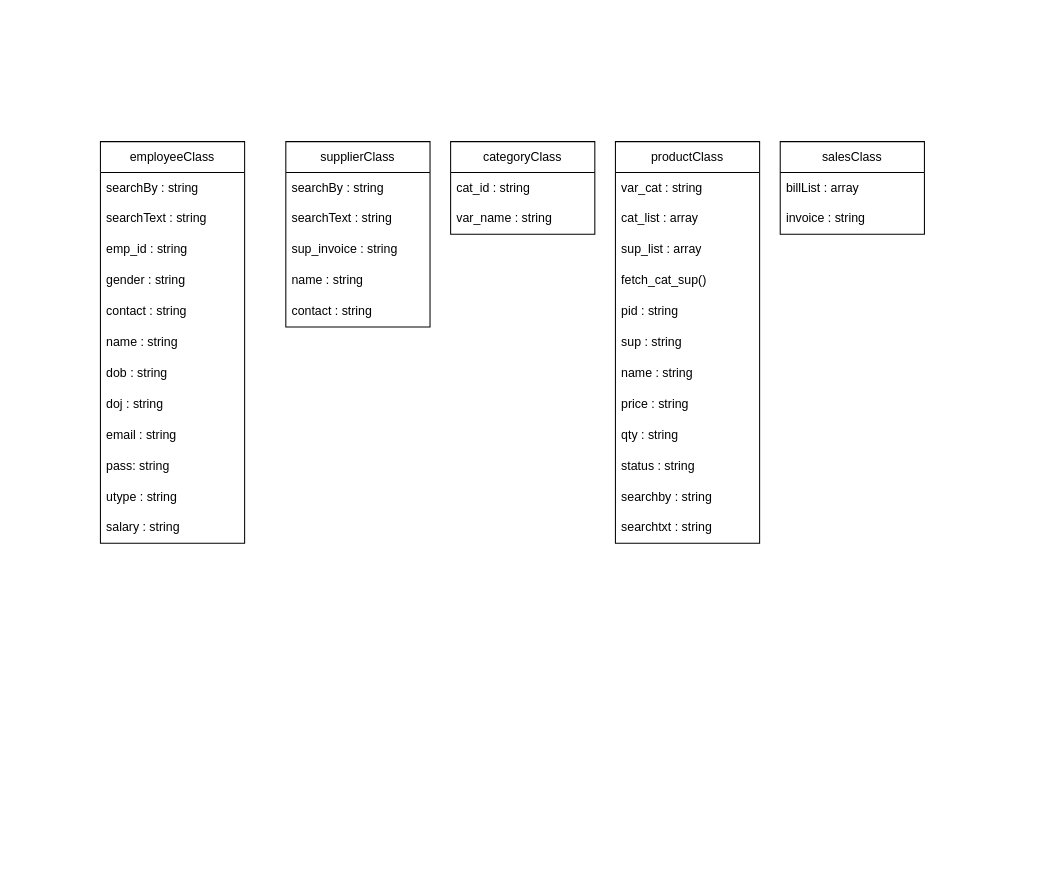
Before: page "project class diagram" (5 of 5) of classDiagram.drawio in OskarSan/MaintenanceProject, a draw.io diagram. Source tidied: cells renumbered, new cells numbered last; positions are measured from the earlier drawing's top-left corner, leaving out a move shared by most shapes. Both pictures are drawn from the tidied source at 103%, with x=0, y=0 at pixel (100, 141).
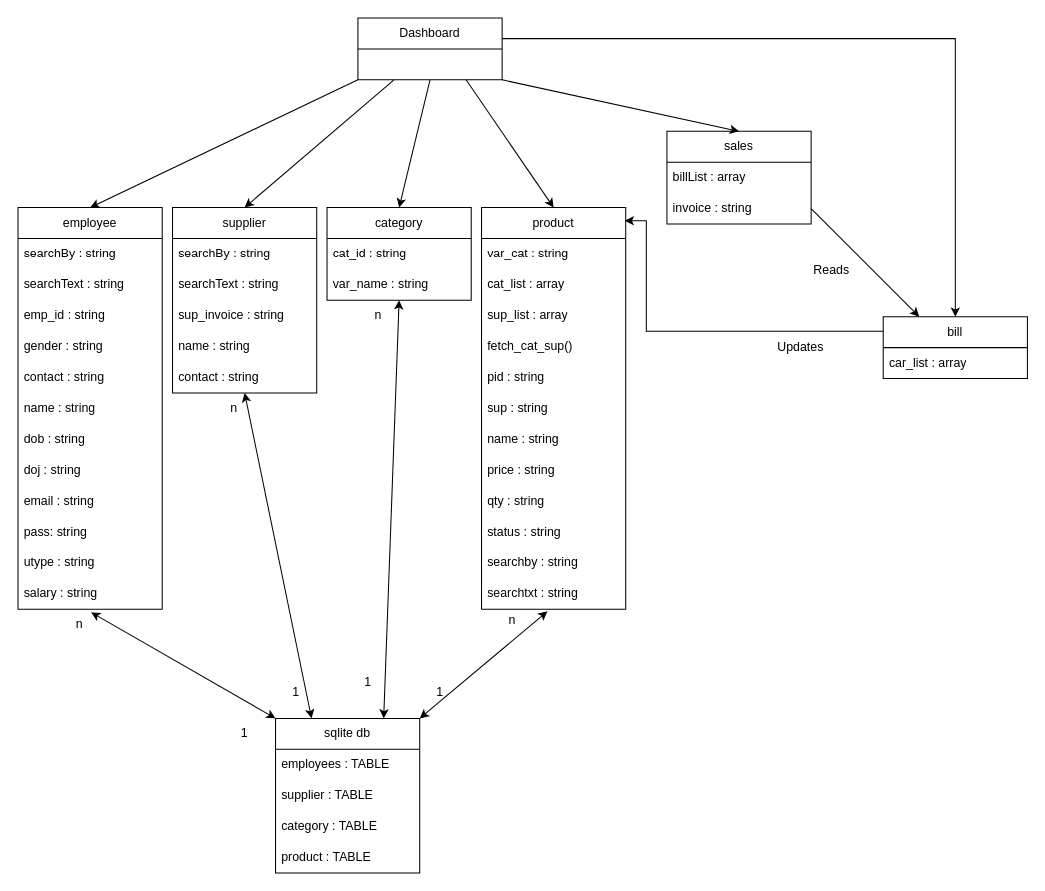
After the change.

Unchanged cells that the change refers to:
```xml
<mxCell id="14" value="salary : string" style="text;strokeColor=none;fillColor=none;align=left;verticalAlign=middle;spacingLeft=4;spacingRight=4;overflow=hidden;points=[[0,0.5],[1,0.5]];portConstraint=eastwest;whiteSpace=wrap;html=1;" parent="2" vertex="1">
  <mxGeometry y="360" width="140" height="30" as="geometry" />
</mxCell>
<mxCell id="36" value="searchtxt : string" style="text;strokeColor=none;fillColor=none;align=left;verticalAlign=middle;spacingLeft=4;spacingRight=4;overflow=hidden;points=[[0,0.5],[1,0.5]];portConstraint=eastwest;whiteSpace=wrap;html=1;" parent="24" vertex="1">
  <mxGeometry y="360" width="140" height="30" as="geometry" />
</mxCell>
<mxCell id="39" value="invoice : string" style="text;strokeColor=none;fillColor=none;align=left;verticalAlign=middle;spacingLeft=4;spacingRight=4;overflow=hidden;points=[[0,0.5],[1,0.5]];portConstraint=eastwest;whiteSpace=wrap;html=1;" parent="37" vertex="1">
  <mxGeometry y="60" width="140" height="30" as="geometry" />
</mxCell>
```

The edit, as a diff of the source:
```diff
@@
-    <mxCell id="2" value="&lt;div&gt;employeeClass&lt;/div&gt;" style="swimlane;fontStyle=0;horizontal=1;startSize=30;whiteSpace=wrap;html=1;" parent="1" vertex="1">
-      <mxGeometry width="140" height="390" as="geometry" />
+    <mxCell id="2" value="&lt;div&gt;employee&lt;/div&gt;" style="swimlane;fontStyle=0;horizontal=1;startSize=30;whiteSpace=wrap;html=1;" parent="1" vertex="1">
+      <mxGeometry x="-80" y="64" width="140" height="390" as="geometry" />
     </mxCell>
@@
-    <mxCell id="15" value="&lt;div&gt;supplierClass&lt;/div&gt;" style="swimlane;fontStyle=0;horizontal=1;startSize=30;whiteSpace=wrap;html=1;" parent="1" vertex="1">
-      <mxGeometry x="180" width="140" height="180" as="geometry" />
+    <mxCell id="15" value="&lt;div&gt;supplier&lt;/div&gt;" style="swimlane;fontStyle=0;horizontal=1;startSize=30;whiteSpace=wrap;html=1;" parent="1" vertex="1">
+      <mxGeometry x="70" y="64" width="140" height="180" as="geometry" />
     </mxCell>
@@
-    <mxCell id="21" value="&lt;div&gt;categoryClass&lt;/div&gt;" style="swimlane;fontStyle=0;horizontal=1;startSize=30;whiteSpace=wrap;html=1;" parent="1" vertex="1">
-      <mxGeometry x="340" width="140" height="90" as="geometry" />
+    <mxCell id="21" value="&lt;div&gt;category&lt;/div&gt;" style="swimlane;fontStyle=0;horizontal=1;startSize=30;whiteSpace=wrap;html=1;" parent="1" vertex="1">
+      <mxGeometry x="220" y="64" width="140" height="90" as="geometry" />
     </mxCell>
@@
-    <mxCell id="24" value="productClass" style="swimlane;fontStyle=0;horizontal=1;startSize=30;whiteSpace=wrap;html=1;" parent="1" vertex="1">
-      <mxGeometry x="500" width="140" height="390" as="geometry" />
+    <mxCell id="24" value="&lt;div&gt;product&lt;/div&gt;" style="swimlane;fontStyle=0;horizontal=1;startSize=30;whiteSpace=wrap;html=1;" parent="1" vertex="1">
+      <mxGeometry x="370" y="64" width="140" height="390" as="geometry" />
     </mxCell>
@@
-    <mxCell id="37" value="salesClass" style="swimlane;fontStyle=0;horizontal=1;startSize=30;whiteSpace=wrap;html=1;" parent="1" vertex="1">
-      <mxGeometry x="660" width="140" height="90" as="geometry" />
+    <mxCell id="37" value="&lt;div&gt;sales&lt;/div&gt;" style="swimlane;fontStyle=0;horizontal=1;startSize=30;whiteSpace=wrap;html=1;" parent="1" vertex="1">
+      <mxGeometry x="550" y="-10" width="140" height="90" as="geometry" />
     </mxCell>
@@
+    <mxCell id="40" style="edgeStyle=orthogonalEdgeStyle;rounded=0;jettySize=auto;html=1;entryX=0.5;entryY=0;entryDx=0;entryDy=0;" parent="1" edge="1" source="41" target="65">
+      <mxGeometry relative="1" as="geometry">
+        <Array as="points">
+          <mxPoint x="830" y="-100" />
+        </Array>
+      </mxGeometry>
+    </mxCell>
+    <mxCell id="41" value="&lt;div&gt;Dashboard&lt;/div&gt;" style="swimlane;fontStyle=0;horizontal=1;startSize=30;whiteSpace=wrap;html=1;" parent="1" vertex="1">
+      <mxGeometry x="250" y="-120" width="140" height="60" as="geometry" />
+    </mxCell>
+    <mxCell id="42" style="endArrow=classic;html=1;rounded=0;entryX=0.5;entryY=0;entryDx=0;entryDy=0;" parent="41" edge="1" target="2">
+      <mxGeometry relative="1" as="geometry">
+        <mxPoint y="60" as="sourcePoint" />
+      </mxGeometry>
+    </mxCell>
+    <mxCell id="43" style="endArrow=classic;html=1;rounded=0;entryX=0.5;entryY=0;entryDx=0;entryDy=0;exitX=0.25;exitY=1;exitDx=0;exitDy=0;" parent="1" edge="1" source="41" target="15">
+      <mxGeometry relative="1" as="geometry" />
+    </mxCell>
+    <mxCell id="44" style="endArrow=classic;html=1;rounded=0;entryX=0.5;entryY=0;entryDx=0;entryDy=0;exitX=0.5;exitY=1;exitDx=0;exitDy=0;" parent="1" edge="1" source="41" target="21">
+      <mxGeometry relative="1" as="geometry" />
+    </mxCell>
+    <mxCell id="45" style="endArrow=classic;html=1;rounded=0;entryX=0.5;entryY=0;entryDx=0;entryDy=0;exitX=0.75;exitY=1;exitDx=0;exitDy=0;" parent="1" edge="1" source="41" target="24">
+      <mxGeometry relative="1" as="geometry" />
+    </mxCell>
+    <mxCell id="46" style="endArrow=classic;html=1;rounded=0;entryX=0.5;entryY=0;entryDx=0;entryDy=0;exitX=1;exitY=1;exitDx=0;exitDy=0;" parent="1" edge="1" source="41" target="37">
+      <mxGeometry relative="1" as="geometry" />
+    </mxCell>
+    <mxCell id="47" value="&lt;div&gt;sqlite db&lt;/div&gt;" style="swimlane;fontStyle=0;horizontal=1;startSize=30;whiteSpace=wrap;html=1;" parent="1" vertex="1">
+      <mxGeometry x="170" y="560" width="140" height="150" as="geometry" />
+    </mxCell>
+    <mxCell id="48" value="&lt;div&gt;employees : TABLE&lt;/div&gt;" style="text;strokeColor=none;fillColor=none;align=left;verticalAlign=middle;spacingLeft=4;spacingRight=4;overflow=hidden;whiteSpace=wrap;html=1;" parent="47" vertex="1">
+      <mxGeometry y="30" width="140" height="30" as="geometry" />
+    </mxCell>
+    <mxCell id="49" value="&lt;div&gt;supplier : TABLE&lt;/div&gt;" style="text;strokeColor=none;fillColor=none;align=left;verticalAlign=middle;spacingLeft=4;spacingRight=4;overflow=hidden;whiteSpace=wrap;html=1;" parent="47" vertex="1">
+      <mxGeometry y="60" width="140" height="30" as="geometry" />
+    </mxCell>
+    <mxCell id="50" value="&lt;div&gt;category : TABLE&lt;/div&gt;" style="text;strokeColor=none;fillColor=none;align=left;verticalAlign=middle;spacingLeft=4;spacingRight=4;overflow=hidden;whiteSpace=wrap;html=1;" parent="47" vertex="1">
+      <mxGeometry y="90" width="140" height="30" as="geometry" />
+    </mxCell>
+    <mxCell id="51" value="&lt;div&gt;product : TABLE&lt;/div&gt;" style="text;strokeColor=none;fillColor=none;align=left;verticalAlign=middle;spacingLeft=4;spacingRight=4;overflow=hidden;whiteSpace=wrap;html=1;" parent="47" vertex="1">
+      <mxGeometry y="120" width="140" height="30" as="geometry" />
+    </mxCell>
+    <mxCell id="52" style="endArrow=classic;startArrow=classic;html=1;rounded=0;entryX=0.507;entryY=1.1;entryDx=0;entryDy=0;entryPerimeter=0;exitX=0;exitY=0;exitDx=0;exitDy=0;" parent="1" edge="1" source="47" target="14">
+      <mxGeometry relative="1" as="geometry" />
+    </mxCell>
+    <mxCell id="53" style="endArrow=classic;startArrow=classic;html=1;rounded=0;entryX=0.5;entryY=1;entryDx=0;entryDy=0;exitX=0.25;exitY=0;exitDx=0;exitDy=0;" parent="1" edge="1" source="47" target="15">
+      <mxGeometry relative="1" as="geometry" />
+    </mxCell>
+    <mxCell id="54" style="endArrow=classic;startArrow=classic;html=1;rounded=0;entryX=0.5;entryY=1;entryDx=0;entryDy=0;exitX=0.75;exitY=0;exitDx=0;exitDy=0;" parent="1" edge="1" source="47" target="21">
+      <mxGeometry relative="1" as="geometry" />
+    </mxCell>
+    <mxCell id="55" style="endArrow=classic;startArrow=classic;html=1;rounded=0;entryX=0.457;entryY=1.067;entryDx=0;entryDy=0;entryPerimeter=0;exitX=1;exitY=0;exitDx=0;exitDy=0;" parent="1" edge="1" source="47" target="36">
+      <mxGeometry relative="1" as="geometry" />
+    </mxCell>
+    <mxCell id="56" value="n" style="text;html=1;whiteSpace=wrap;strokeColor=none;fillColor=none;align=center;verticalAlign=middle;rounded=0;" parent="1" vertex="1">
+      <mxGeometry x="-50" y="454" width="60" height="30" as="geometry" />
+    </mxCell>
+    <mxCell id="57" value="1" style="text;html=1;whiteSpace=wrap;strokeColor=none;fillColor=none;align=center;verticalAlign=middle;rounded=0;" parent="1" vertex="1">
+      <mxGeometry x="110" y="560" width="60" height="30" as="geometry" />
+    </mxCell>
+    <mxCell id="58" value="n" style="text;html=1;whiteSpace=wrap;strokeColor=none;fillColor=none;align=center;verticalAlign=middle;rounded=0;" parent="1" vertex="1">
+      <mxGeometry x="100" y="244" width="60" height="30" as="geometry" />
+    </mxCell>
+    <mxCell id="59" value="n" style="text;html=1;whiteSpace=wrap;strokeColor=none;fillColor=none;align=center;verticalAlign=middle;rounded=0;" parent="1" vertex="1">
+      <mxGeometry x="240" y="154" width="60" height="30" as="geometry" />
+    </mxCell>
+    <mxCell id="60" value="n" style="text;html=1;whiteSpace=wrap;strokeColor=none;fillColor=none;align=center;verticalAlign=middle;rounded=0;" parent="1" vertex="1">
+      <mxGeometry x="370" y="450" width="60" height="30" as="geometry" />
+    </mxCell>
+    <mxCell id="61" value="1" style="text;html=1;whiteSpace=wrap;strokeColor=none;fillColor=none;align=center;verticalAlign=middle;rounded=0;" parent="1" vertex="1">
+      <mxGeometry x="160" y="520" width="60" height="30" as="geometry" />
+    </mxCell>
+    <mxCell id="62" value="1" style="text;html=1;whiteSpace=wrap;strokeColor=none;fillColor=none;align=center;verticalAlign=middle;rounded=0;" parent="1" vertex="1">
+      <mxGeometry x="230" y="510" width="60" height="30" as="geometry" />
+    </mxCell>
+    <mxCell id="63" value="1" style="text;html=1;whiteSpace=wrap;strokeColor=none;fillColor=none;align=center;verticalAlign=middle;rounded=0;" parent="1" vertex="1">
+      <mxGeometry x="300" y="520" width="60" height="30" as="geometry" />
+    </mxCell>
+    <mxCell id="64" style="edgeStyle=orthogonalEdgeStyle;rounded=0;jettySize=auto;html=1;entryX=0.993;entryY=0.033;entryDx=0;entryDy=0;entryPerimeter=0;" parent="1" edge="1" source="65" target="24">
+      <mxGeometry relative="1" as="geometry">
+        <Array as="points">
+          <mxPoint x="530" y="184" />
+          <mxPoint x="530" y="77" />
+        </Array>
+      </mxGeometry>
+    </mxCell>
+    <mxCell id="65" value="bill" style="swimlane;fontStyle=0;horizontal=1;startSize=30;whiteSpace=wrap;html=1;" parent="1" vertex="1">
+      <mxGeometry x="760" y="170" width="140" height="60" as="geometry" />
+    </mxCell>
+    <mxCell id="66" value="&lt;div&gt;car_list : array&lt;/div&gt;" style="text;strokeColor=none;fillColor=none;align=left;verticalAlign=middle;spacingLeft=4;spacingRight=4;overflow=hidden;whiteSpace=wrap;html=1;" parent="65" vertex="1">
+      <mxGeometry y="30" width="140" height="30" as="geometry" />
+    </mxCell>
+    <mxCell id="67" value="&lt;div&gt;Updates&lt;/div&gt;" style="text;html=1;whiteSpace=wrap;strokeColor=none;fillColor=none;align=center;verticalAlign=middle;rounded=0;" parent="1" vertex="1">
+      <mxGeometry x="650" y="185" width="60" height="30" as="geometry" />
+    </mxCell>
+    <mxCell id="68" style="endArrow=classic;html=1;rounded=0;exitX=1;exitY=0.5;exitDx=0;exitDy=0;entryX=0.25;entryY=0;entryDx=0;entryDy=0;" parent="1" edge="1" source="39" target="65">
+      <mxGeometry relative="1" as="geometry" />
+    </mxCell>
+    <mxCell id="69" value="Reads" style="text;html=1;whiteSpace=wrap;strokeColor=none;fillColor=none;align=center;verticalAlign=middle;rounded=0;" parent="1" vertex="1">
+      <mxGeometry x="680" y="110" width="60" height="30" as="geometry" />
+    </mxCell>
```
